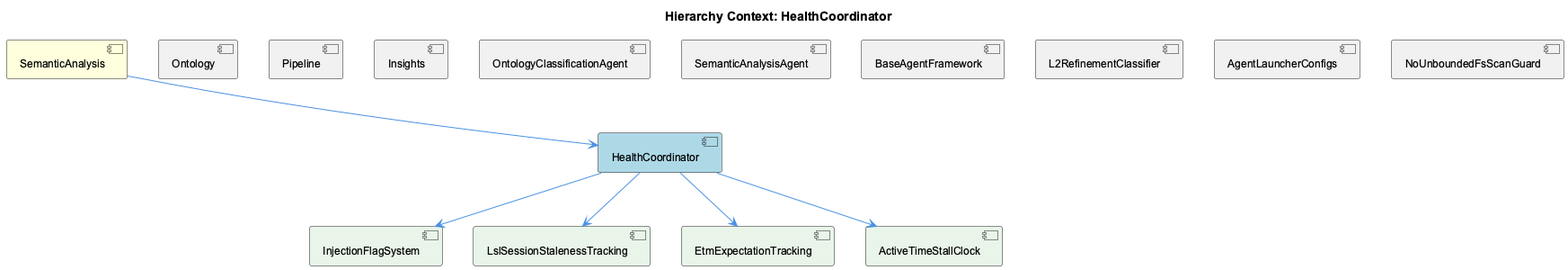
fwornle/coding keeps this PlantUML diagram as knowledge-management/insights/images/health-coordinator-relationship.png. Above is the earlier version.
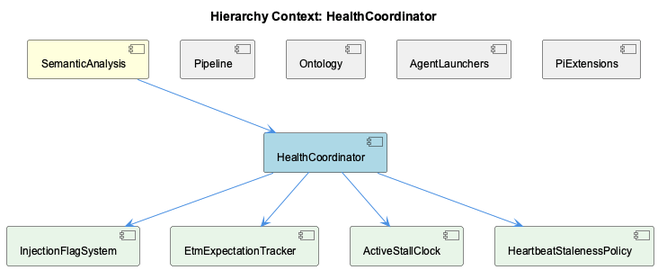
Above is the later version.

Change to the diagram source:
```diff
@@ -5,33 +5,23 @@
 
 [SemanticAnalysis] as semantic_analysis #FFFFDD
 [HealthCoordinator] as health_coordinator #LightBlue
+[Pipeline] as pipeline #F0F0F0
 [Ontology] as ontology #F0F0F0
-[Pipeline] as pipeline #F0F0F0
-[Insights] as insights #F0F0F0
-[OntologyClassificationAgent] as ontology_classification_agent #F0F0F0
-[SemanticAnalysisAgent] as semantic_analysis_agent #F0F0F0
-[BaseAgentFramework] as base_agent_framework #F0F0F0
-[L2RefinementClassifier] as l2_refinement_classifier #F0F0F0
-[AgentLauncherConfigs] as agent_launcher_configs #F0F0F0
-[NoUnboundedFsScanGuard] as no_unbounded_fs_scan_guard #F0F0F0
+[AgentLaunchers] as agent_launchers #F0F0F0
+[PiExtensions] as pi_extensions #F0F0F0
 [InjectionFlagSystem] as injection_flag_system #E8F5E8
-[LslSessionStalenessTracking] as lsl_session_staleness_tracking #E8F5E8
-[EtmExpectationTracking] as etm_expectation_tracking #E8F5E8
-[ActiveTimeStallClock] as active_time_stall_clock #E8F5E8
+[EtmExpectationTracker] as etm_expectation_tracker #E8F5E8
+[ActiveStallClock] as active_stall_clock #E8F5E8
+[HeartbeatStalenessPolicy] as heartbeat_staleness_policy #E8F5E8
 
 semantic_analysis --> health_coordinator
+pipeline -[hidden]- health_coordinator
 ontology -[hidden]- health_coordinator
-pipeline -[hidden]- health_coordinator
-insights -[hidden]- health_coordinator
-ontology_classification_agent -[hidden]- health_coordinator
-semantic_analysis_agent -[hidden]- health_coordinator
-base_agent_framework -[hidden]- health_coordinator
-l2_refinement_classifier -[hidden]- health_coordinator
-agent_launcher_configs -[hidden]- health_coordinator
-no_unbounded_fs_scan_guard -[hidden]- health_coordinator
+agent_launchers -[hidden]- health_coordinator
+pi_extensions -[hidden]- health_coordinator
 health_coordinator --> injection_flag_system
-health_coordinator --> lsl_session_staleness_tracking
-health_coordinator --> etm_expectation_tracking
-health_coordinator --> active_time_stall_clock
+health_coordinator --> etm_expectation_tracker
+health_coordinator --> active_stall_clock
+health_coordinator --> heartbeat_staleness_policy
 
 @enduml
```
